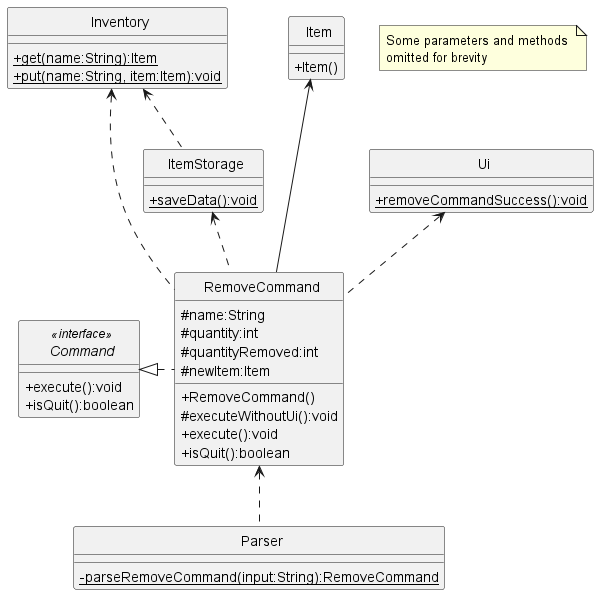
rismm/tp keeps this PlantUML diagram as docs/uml-diagrams/RemoveCommandClass.png. Above is the earlier version.
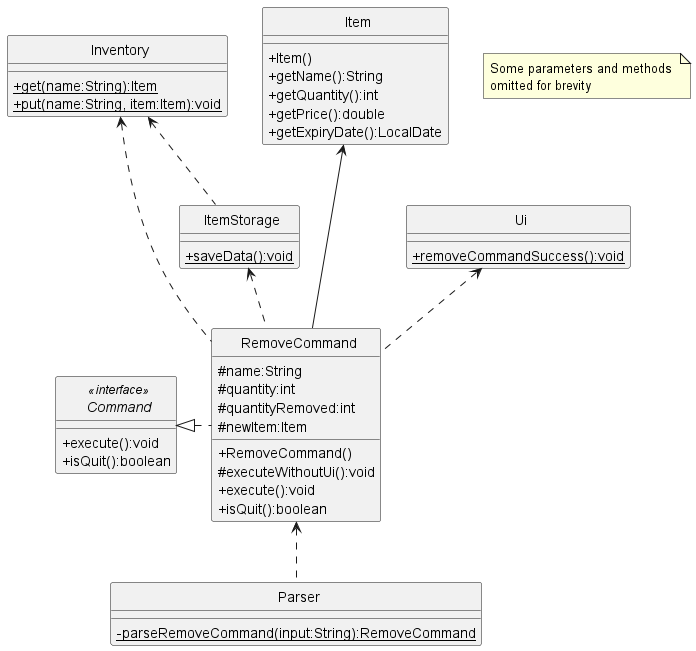
After the change.

The edit, as a diff of the source:
```diff
@@ -42,6 +42,10 @@
 
 class Item {
     +Item()
+    +getName():String
+    +getQuantity():int
+    +getPrice():double
+    +getExpiryDate():LocalDate
 }
 
 class Ui {
```
